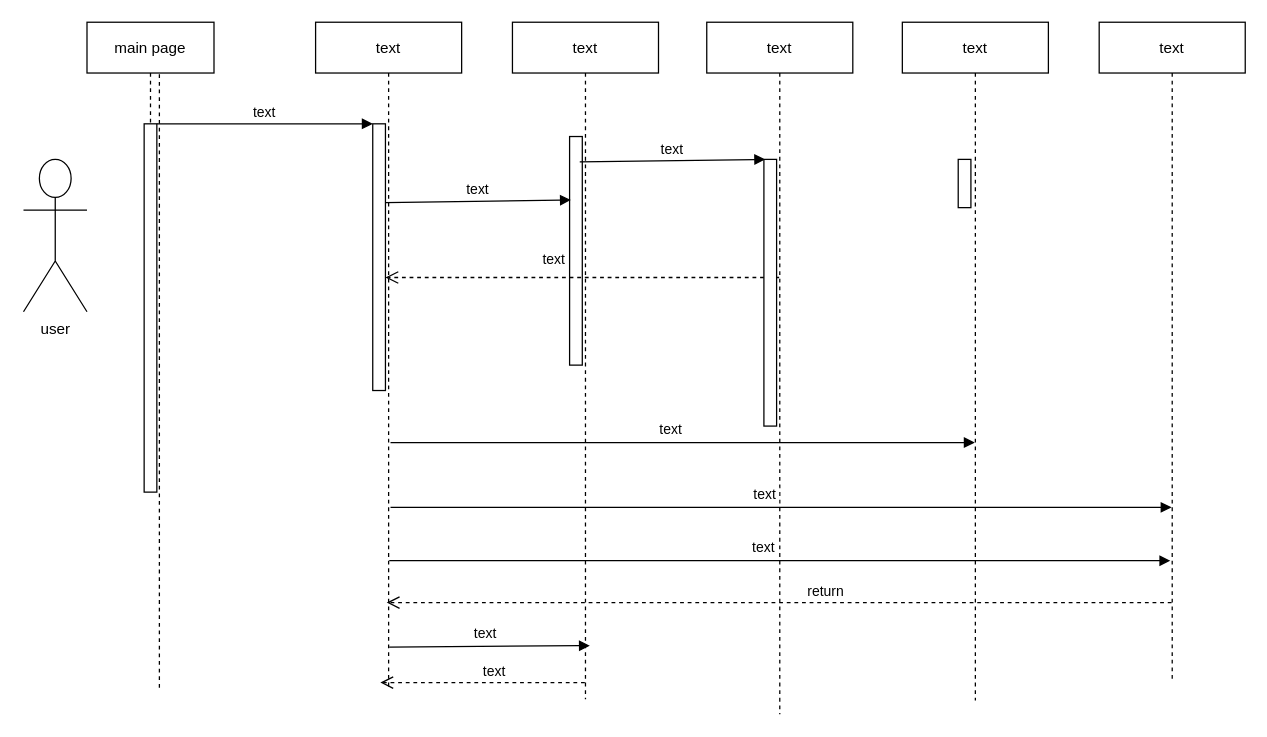
The draw.io diagram webseq.drawio in shamaabuhassan/Charts, before the edit. Source tidied: cells renumbered, new cells numbered last; positions are measured from the earlier drawing's top-left corner, leaving out a move shared by most shapes. Both pictures are drawn from the tidied source at 127%, with x=0, y=0 at pixel (23, 22).
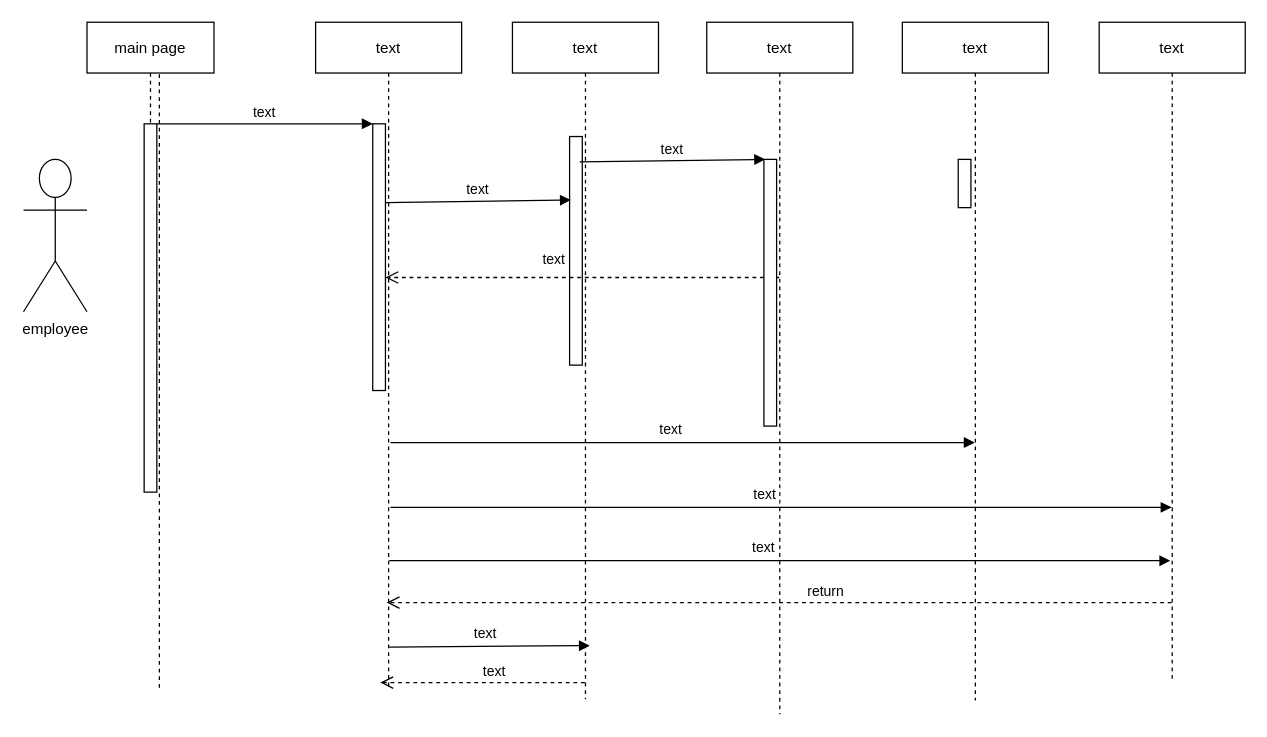
After the change.

The edit, as a diff of the source:
```diff
@@
-    <mxCell id="8" value="user" style="shape=umlActor;verticalLabelPosition=bottom;labelBackgroundColor=#ffffff;verticalAlign=top;html=1;" parent="1" vertex="1">
+    <mxCell id="8" value="employee" style="shape=umlActor;verticalLabelPosition=bottom;labelBackgroundColor=#ffffff;verticalAlign=top;html=1;" parent="1" vertex="1">
       <mxGeometry y="108" width="50" height="120" as="geometry" />
     </mxCell>
```
